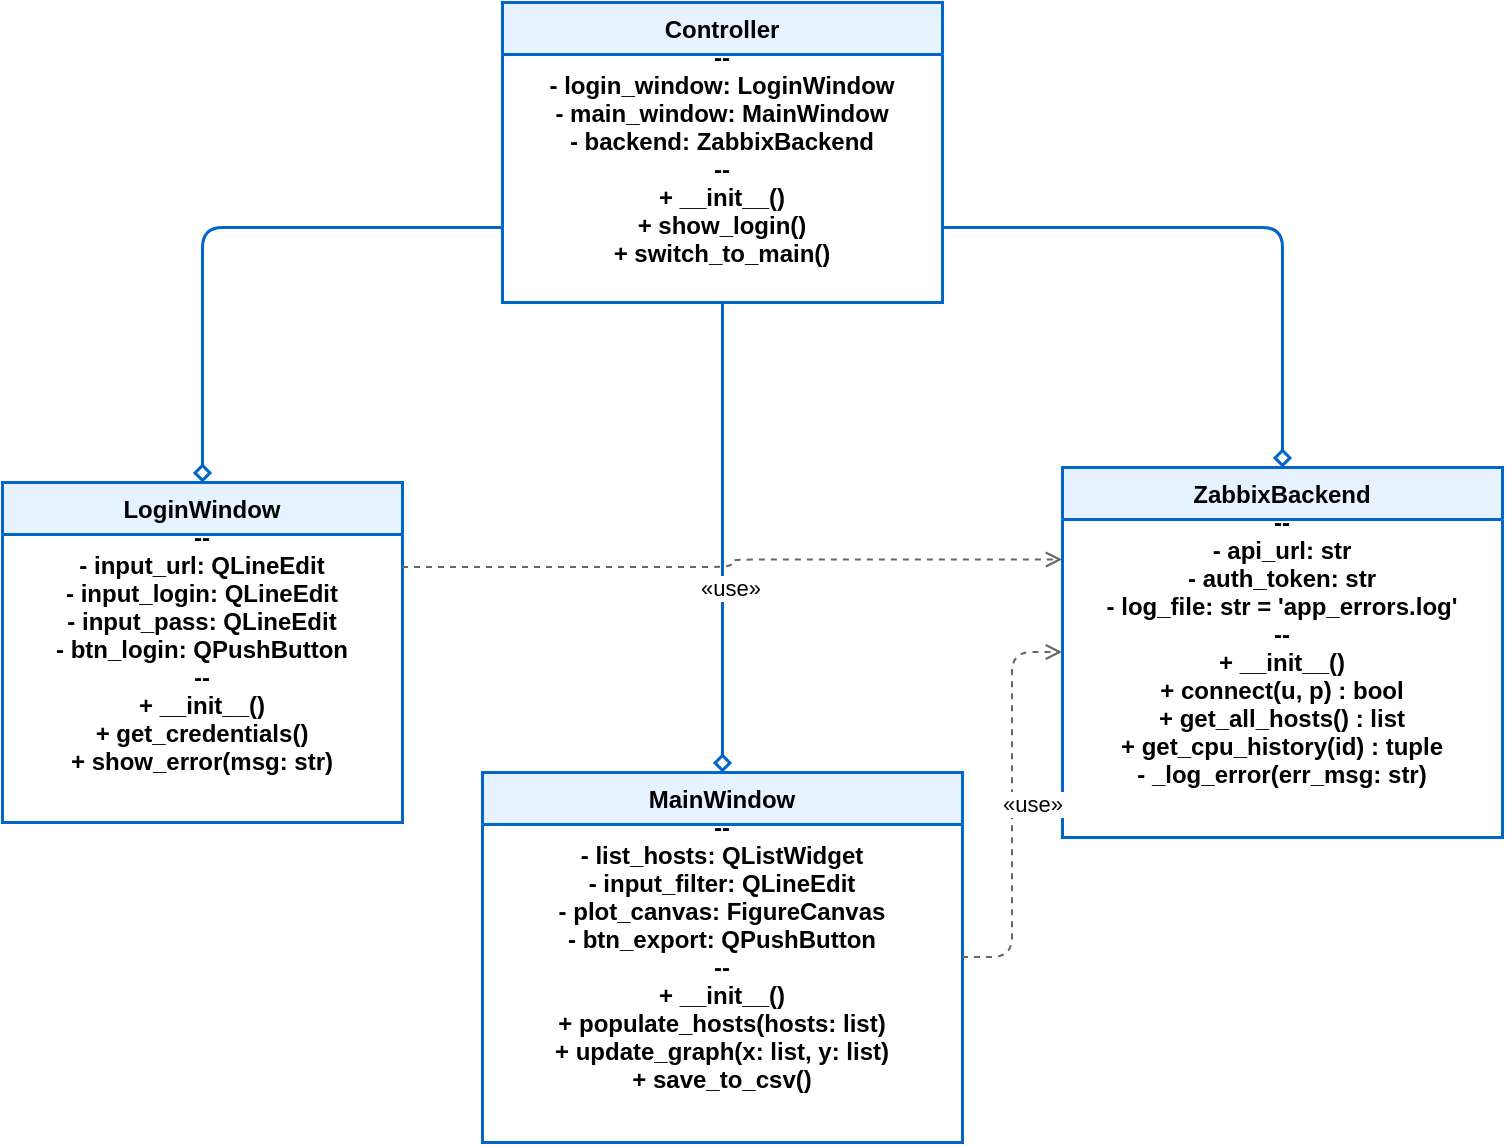
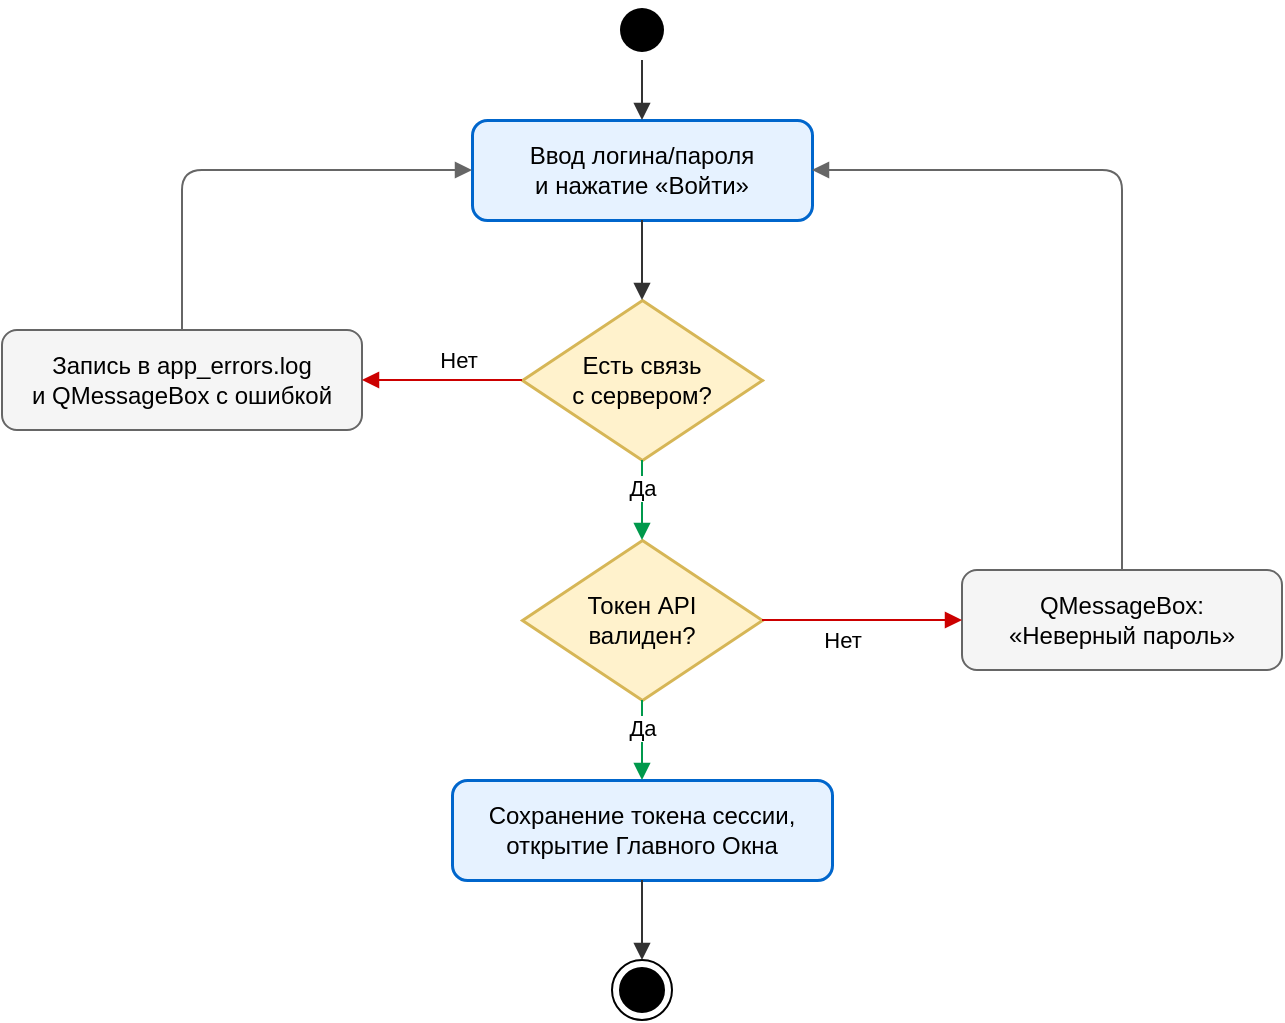
<mxfile host="app.diagrams.net">
-   <diagram name="Диаграмма классов" id="65SV-HAAZTgRo7S4jJKr">
-     <mxGraphModel dx="689" dy="1313" grid="1" gridSize="10" guides="1" tooltips="1" connect="1" arrows="1" fold="1" page="1" pageScale="1" pageWidth="827" pageHeight="1169" math="0" shadow="0">
+   <diagram name="Диаграмма деятельности" id="65SV-HAAZTgRo7S4jJKr">
+     <mxGraphModel dx="1516" dy="1313" grid="1" gridSize="10" guides="1" tooltips="1" connect="1" arrows="1" fold="1" page="1" pageScale="1" pageWidth="827" pageHeight="1169" math="0" shadow="0">
      <root>
        <mxCell id="0" />
        <mxCell id="1" parent="0" />
-         <mxCell id="gegtC7HxZWgpFShu-0Bw-108" parent="1" style="swimlane;fontStyle=1;align=center;verticalAlign=top;childLayout=stackLayout;horizontal=1;startSize=26;horizontalStack=0;resizeParent=1;resizeParentMax=0;resizeLast=0;collapsible=1;marginBottom=0;fillColor=#E6F2FF;strokeColor=#0066CC;strokeWidth=1.5;" value="Controller&#xa;--&#xa;- login_window: LoginWindow&#xa;- main_window: MainWindow&#xa;- backend: ZabbixBackend&#xa;--&#xa;+ __init__()&#xa;+ show_login()&#xa;+ switch_to_main()" vertex="1">
-           <mxGeometry height="150" width="220" x="2250" y="430" as="geometry" />
+         <mxCell id="gegtC7HxZWgpFShu-0Bw-91" parent="1" style="ellipse;html=1;shape=startState;fillColor=#000000;strokeColor=none;" value="" vertex="1">
+           <mxGeometry height="30" width="30" x="1555" y="230" as="geometry" />
        </mxCell>
-         <mxCell id="gegtC7HxZWgpFShu-0Bw-109" parent="1" style="swimlane;fontStyle=1;align=center;verticalAlign=top;childLayout=stackLayout;horizontal=1;startSize=26;horizontalStack=0;resizeParent=1;resizeParentMax=0;resizeLast=0;collapsible=1;marginBottom=0;fillColor=#E6F2FF;strokeColor=#0066CC;strokeWidth=1.5;" value="LoginWindow&#xa;--&#xa;- input_url: QLineEdit&#xa;- input_login: QLineEdit&#xa;- input_pass: QLineEdit&#xa;- btn_login: QPushButton&#xa;--&#xa;+ __init__()&#xa;+ get_credentials()&#xa;+ show_error(msg: str)" vertex="1">
-           <mxGeometry height="170" width="200" x="2000" y="670" as="geometry" />
+         <mxCell id="gegtC7HxZWgpFShu-0Bw-92" parent="1" style="html=1;whiteSpace=wrap;rounded=1;fillColor=#E6F2FF;strokeColor=#0066CC;strokeWidth=1.5;align=center;" value="Ввод логина/пароля&#xa;и нажатие «Войти»" vertex="1">
+           <mxGeometry height="50" width="170" x="1485" y="290" as="geometry" />
        </mxCell>
-         <mxCell id="gegtC7HxZWgpFShu-0Bw-110" parent="1" style="swimlane;fontStyle=1;align=center;verticalAlign=top;childLayout=stackLayout;horizontal=1;startSize=26;horizontalStack=0;resizeParent=1;resizeParentMax=0;resizeLast=0;collapsible=1;marginBottom=0;fillColor=#E6F2FF;strokeColor=#0066CC;strokeWidth=1.5;" value="MainWindow&#xa;--&#xa;- list_hosts: QListWidget&#xa;- input_filter: QLineEdit&#xa;- plot_canvas: FigureCanvas&#xa;- btn_export: QPushButton&#xa;--&#xa;+ __init__()&#xa;+ populate_hosts(hosts: list)&#xa;+ update_graph(x: list, y: list)&#xa;+ save_to_csv()" vertex="1">
-           <mxGeometry height="185" width="240" x="2240" y="815" as="geometry" />
+         <mxCell id="gegtC7HxZWgpFShu-0Bw-93" parent="1" style="rhombus;whiteSpace=wrap;html=1;fillColor=#FFF2CC;strokeColor=#D6B656;strokeWidth=1.5;align=center;" value="Есть связь&#xa;с сервером?" vertex="1">
+           <mxGeometry height="80" width="120" x="1510" y="380" as="geometry" />
        </mxCell>
-         <mxCell id="gegtC7HxZWgpFShu-0Bw-111" parent="1" style="swimlane;fontStyle=1;align=center;verticalAlign=top;childLayout=stackLayout;horizontal=1;startSize=26;horizontalStack=0;resizeParent=1;resizeParentMax=0;resizeLast=0;collapsible=1;marginBottom=0;fillColor=#E6F2FF;strokeColor=#0066CC;strokeWidth=1.5;" value="ZabbixBackend&#xa;--&#xa;- api_url: str&#xa;- auth_token: str&#xa;- log_file: str = &#39;app_errors.log&#39;&#xa;--&#xa;+ __init__()&#xa;+ connect(u, p) : bool&#xa;+ get_all_hosts() : list&#xa;+ get_cpu_history(id) : tuple&#xa;- _log_error(err_msg: str)" vertex="1">
-           <mxGeometry height="185" width="220" x="2530" y="662.5" as="geometry" />
+         <mxCell id="gegtC7HxZWgpFShu-0Bw-94" parent="1" style="html=1;whiteSpace=wrap;rounded=1;fillColor=#F5F5F5;strokeColor=#666666;align=center;" value="Запись в app_errors.log&#xa;и QMessageBox с ошибкой" vertex="1">
+           <mxGeometry height="50" width="180" x="1250" y="395" as="geometry" />
        </mxCell>
-         <mxCell id="gegtC7HxZWgpFShu-0Bw-112" edge="1" parent="1" source="gegtC7HxZWgpFShu-0Bw-108" style="endArrow=diamond;endFill=0;html=1;strokeColor=#0066CC;strokeWidth=1.5;exitX=0;exitY=0.75;entryX=0.5;entryY=0;edgeStyle=orthogonalEdgeStyle;" target="gegtC7HxZWgpFShu-0Bw-109">
+         <mxCell id="gegtC7HxZWgpFShu-0Bw-95" parent="1" style="rhombus;whiteSpace=wrap;html=1;fillColor=#FFF2CC;strokeColor=#D6B656;strokeWidth=1.5;align=center;" value="Токен API&#xa;валиден?" vertex="1">
+           <mxGeometry height="80" width="120" x="1510" y="500" as="geometry" />
+         </mxCell>
+         <mxCell id="gegtC7HxZWgpFShu-0Bw-96" parent="1" style="html=1;whiteSpace=wrap;rounded=1;fillColor=#F5F5F5;strokeColor=#666666;align=center;" value="QMessageBox:&#xa;«Неверный пароль»" vertex="1">
+           <mxGeometry height="50" width="160" x="1730" y="515" as="geometry" />
+         </mxCell>
+         <mxCell id="gegtC7HxZWgpFShu-0Bw-97" parent="1" style="html=1;whiteSpace=wrap;rounded=1;fillColor=#E6F2FF;strokeColor=#0066CC;strokeWidth=1.5;align=center;" value="Сохранение токена сессии,&#xa;открытие Главного Окна" vertex="1">
+           <mxGeometry height="50" width="190" x="1475" y="620" as="geometry" />
+         </mxCell>
+         <mxCell id="gegtC7HxZWgpFShu-0Bw-98" parent="1" style="ellipse;html=1;shape=endState;fillColor=#000000;strokeColor=#000000;" value="" vertex="1">
+           <mxGeometry height="30" width="30" x="1555" y="710" as="geometry" />
+         </mxCell>
+         <mxCell id="gegtC7HxZWgpFShu-0Bw-99" edge="1" parent="1" source="gegtC7HxZWgpFShu-0Bw-91" style="endArrow=block;endFill=1;html=1;strokeColor=#333333;" target="gegtC7HxZWgpFShu-0Bw-92">
          <mxGeometry relative="1" as="geometry" />
        </mxCell>
-         <mxCell id="gegtC7HxZWgpFShu-0Bw-113" edge="1" parent="1" source="gegtC7HxZWgpFShu-0Bw-108" style="endArrow=diamond;endFill=0;html=1;strokeColor=#0066CC;strokeWidth=1.5;exitX=0.5;exitY=1;entryX=0.5;entryY=0;" target="gegtC7HxZWgpFShu-0Bw-110">
+         <mxCell id="gegtC7HxZWgpFShu-0Bw-100" edge="1" parent="1" source="gegtC7HxZWgpFShu-0Bw-92" style="endArrow=block;endFill=1;html=1;strokeColor=#333333;" target="gegtC7HxZWgpFShu-0Bw-93">
          <mxGeometry relative="1" as="geometry" />
        </mxCell>
-         <mxCell id="gegtC7HxZWgpFShu-0Bw-114" edge="1" parent="1" source="gegtC7HxZWgpFShu-0Bw-108" style="endArrow=diamond;endFill=0;html=1;strokeColor=#0066CC;strokeWidth=1.5;exitX=1;exitY=0.75;entryX=0.5;entryY=0;edgeStyle=orthogonalEdgeStyle;" target="gegtC7HxZWgpFShu-0Bw-111">
-           <mxGeometry relative="1" as="geometry" />
-         </mxCell>
-         <mxCell id="gegtC7HxZWgpFShu-0Bw-115" edge="1" parent="1" source="gegtC7HxZWgpFShu-0Bw-109" style="endArrow=open;endFill=0;dashed=1;html=1;strokeColor=#666666;exitX=1;exitY=0.25;entryX=0;entryY=0.25;edgeStyle=orthogonalEdgeStyle;" target="gegtC7HxZWgpFShu-0Bw-111" value="«use»">
-           <mxGeometry relative="1" x="-0.02" y="-10" as="geometry">
+         <mxCell id="gegtC7HxZWgpFShu-0Bw-101" edge="1" parent="1" source="gegtC7HxZWgpFShu-0Bw-93" style="endArrow=block;endFill=1;html=1;strokeColor=#CC0000;exitX=0;exitY=0.5;entryX=1;entryY=0.5;" target="gegtC7HxZWgpFShu-0Bw-94" value="Нет">
+           <mxGeometry relative="1" x="-0.2" y="-10" as="geometry">
            <mxPoint as="offset" />
          </mxGeometry>
        </mxCell>
-         <mxCell id="gegtC7HxZWgpFShu-0Bw-116" edge="1" parent="1" source="gegtC7HxZWgpFShu-0Bw-110" style="endArrow=open;endFill=0;dashed=1;html=1;strokeColor=#666666;exitX=1;exitY=0.5;entryX=0;entryY=0.5;edgeStyle=orthogonalEdgeStyle;" target="gegtC7HxZWgpFShu-0Bw-111" value="«use»">
-           <mxGeometry relative="1" y="-10" as="geometry">
+         <mxCell id="gegtC7HxZWgpFShu-0Bw-102" edge="1" parent="1" source="gegtC7HxZWgpFShu-0Bw-93" style="endArrow=block;endFill=1;html=1;strokeColor=#00994C;exitX=0.5;exitY=1;entryX=0.5;entryY=0;" target="gegtC7HxZWgpFShu-0Bw-95" value="Да">
+           <mxGeometry relative="1" x="-0.3" as="geometry">
            <mxPoint as="offset" />
          </mxGeometry>
+         </mxCell>
+         <mxCell id="gegtC7HxZWgpFShu-0Bw-103" edge="1" parent="1" source="gegtC7HxZWgpFShu-0Bw-95" style="endArrow=block;endFill=1;html=1;strokeColor=#CC0000;exitX=1;exitY=0.5;entryX=0;entryY=0.5;" target="gegtC7HxZWgpFShu-0Bw-96" value="Нет">
+           <mxGeometry relative="1" x="-0.2" y="-10" as="geometry">
+             <mxPoint as="offset" />
+           </mxGeometry>
+         </mxCell>
+         <mxCell id="gegtC7HxZWgpFShu-0Bw-104" edge="1" parent="1" source="gegtC7HxZWgpFShu-0Bw-95" style="endArrow=block;endFill=1;html=1;strokeColor=#00994C;exitX=0.5;exitY=1;entryX=0.5;entryY=0;" target="gegtC7HxZWgpFShu-0Bw-97" value="Да">
+           <mxGeometry relative="1" x="-0.3" as="geometry">
+             <mxPoint as="offset" />
+           </mxGeometry>
+         </mxCell>
+         <mxCell id="gegtC7HxZWgpFShu-0Bw-105" edge="1" parent="1" source="gegtC7HxZWgpFShu-0Bw-97" style="endArrow=block;endFill=1;html=1;strokeColor=#333333;exitX=0.5;exitY=1;entryX=0.5;entryY=0;" target="gegtC7HxZWgpFShu-0Bw-98">
+           <mxGeometry relative="1" as="geometry" />
+         </mxCell>
+         <mxCell id="gegtC7HxZWgpFShu-0Bw-106" edge="1" parent="1" source="gegtC7HxZWgpFShu-0Bw-94" style="endArrow=block;endFill=1;html=1;strokeColor=#666666;exitX=0.5;exitY=0;entryX=0;entryY=0.5;edgeStyle=orthogonalEdgeStyle;" target="gegtC7HxZWgpFShu-0Bw-92" value="">
+           <mxGeometry relative="1" as="geometry" />
+         </mxCell>
+         <mxCell id="gegtC7HxZWgpFShu-0Bw-107" edge="1" parent="1" source="gegtC7HxZWgpFShu-0Bw-96" style="endArrow=block;endFill=1;html=1;strokeColor=#666666;exitX=0.5;exitY=0;entryX=1;entryY=0.5;edgeStyle=orthogonalEdgeStyle;" target="gegtC7HxZWgpFShu-0Bw-92" value="">
+           <mxGeometry relative="1" as="geometry" />
        </mxCell>
      </root>
    </mxGraphModel>
  </diagram>
</mxfile>
